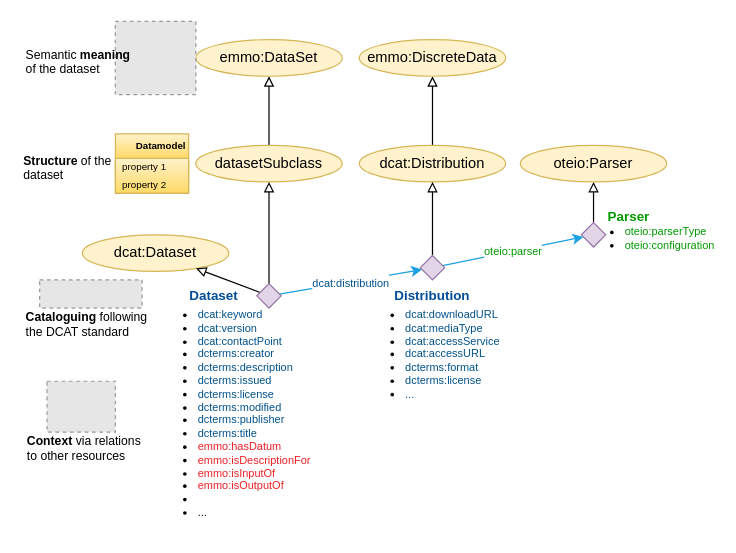
EMMC-ASBL/tripper keeps this draw.io diagram as page "Provider" (2 of 13) of docs/figs/dataset.drawio. Above is the earlier version. Source tidied: cells renumbered, new cells numbered last; positions are measured from the earlier drawing's top-left corner, leaving out a move shared by most shapes. Both pictures are drawn from the tidied source at 122%, with x=0, y=0 at pixel (21, 21). Pictures stored in the file or linked from it are replaced by grey dashed boxes.
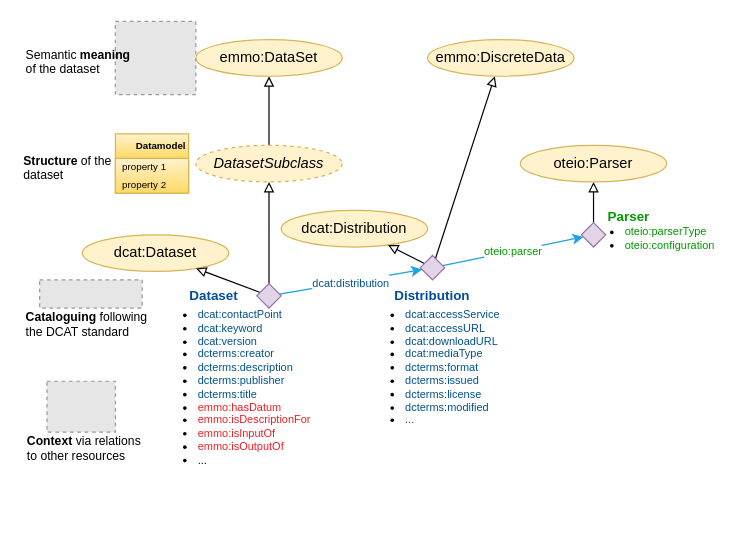
Above is the later version.

The change refers to these unchanged cells:
```xml
<mxCell id="18" style="rhombus;whiteSpace=wrap;html=1;fillColor=#e1d5e7;strokeColor=#9673a6;" parent="1" vertex="1">
  <mxGeometry x="327" y="191.9" width="20" height="20" as="geometry" />
</mxCell>
```

The edit, as a diff of the source:
```diff
@@
-    <mxCell id="2" value="&lt;ul&gt;&lt;li&gt;&lt;font color=&quot;#00528c&quot; style=&quot;font-size: 9px;&quot;&gt;dcat:downloadURL&lt;/font&gt;&lt;/li&gt;&lt;li&gt;&lt;font color=&quot;#00528c&quot; style=&quot;font-size: 9px;&quot;&gt;dcat:mediaType&lt;/font&gt;&lt;/li&gt;&lt;li&gt;&lt;font color=&quot;#00528c&quot; style=&quot;font-size: 9px;&quot;&gt;dcat:accessService&lt;/font&gt;&lt;/li&gt;&lt;li&gt;&lt;font color=&quot;#00528c&quot; style=&quot;font-size: 9px;&quot;&gt;dcat:accessURL&lt;/font&gt;&lt;/li&gt;&lt;li&gt;&lt;font color=&quot;#00528c&quot;&gt;&lt;span style=&quot;background-color: initial;&quot;&gt;dcterms:format&lt;/span&gt;&lt;br&gt;&lt;/font&gt;&lt;/li&gt;&lt;li&gt;&lt;font color=&quot;#00528c&quot;&gt;&lt;span style=&quot;background-color: initial;&quot;&gt;dcterms:license&lt;/span&gt;&lt;br&gt;&lt;/font&gt;&lt;/li&gt;&lt;li&gt;&lt;font color=&quot;#00528c&quot; style=&quot;font-size: 9px;&quot;&gt;...&lt;/font&gt;&lt;/li&gt;&lt;/ul&gt;" style="text;html=1;align=left;verticalAlign=top;whiteSpace=wrap;rounded=0;fontFamily=Helvetica;fontSize=9;fontColor=default;labelBackgroundColor=none;" parent="1" vertex="1">
-      <mxGeometry x="273" y="220" width="130" height="100" as="geometry" />
+    <mxCell id="2" value="&lt;ul&gt;&lt;li&gt;&lt;font color=&quot;#00528c&quot;&gt;dcat:accessService&lt;/font&gt;&lt;/li&gt;&lt;li&gt;&lt;font color=&quot;#00528c&quot;&gt;dcat:accessURL&lt;/font&gt;&lt;/li&gt;&lt;li&gt;&lt;font color=&quot;#00528c&quot; style=&quot;font-size: 9px;&quot;&gt;dcat:downloadURL&lt;/font&gt;&lt;/li&gt;&lt;li&gt;&lt;font color=&quot;#00528c&quot; style=&quot;font-size: 9px;&quot;&gt;dcat:mediaType&lt;/font&gt;&lt;/li&gt;&lt;li&gt;&lt;span style=&quot;background-color: initial; color: rgb(0, 82, 140);&quot;&gt;dcterms:format&lt;/span&gt;&lt;br&gt;&lt;/li&gt;&lt;li&gt;&lt;font color=&quot;#00528c&quot;&gt;dcterms:issued&lt;/font&gt;&lt;/li&gt;&lt;li&gt;&lt;font color=&quot;#00528c&quot;&gt;&lt;span style=&quot;background-color: initial;&quot;&gt;dcterms:license&lt;/span&gt;&lt;br&gt;&lt;/font&gt;&lt;/li&gt;&lt;li&gt;&lt;span style=&quot;background-color: initial; color: rgb(0, 82, 140);&quot;&gt;dcterms:modified&lt;/span&gt;&lt;br&gt;&lt;/li&gt;&lt;li&gt;&lt;span style=&quot;color: rgb(0, 82, 140); background-color: initial;&quot;&gt;...&lt;/span&gt;&lt;br&gt;&lt;/li&gt;&lt;/ul&gt;" style="text;html=1;align=left;verticalAlign=top;whiteSpace=wrap;rounded=0;fontFamily=Helvetica;fontSize=9;fontColor=default;labelBackgroundColor=none;" parent="1" vertex="1">
+      <mxGeometry x="273" y="220" width="130" height="115" as="geometry" />
     </mxCell>
@@
-    <mxCell id="4" value="&lt;ul&gt;&lt;li&gt;&lt;font color=&quot;#00528c&quot;&gt;&lt;span style=&quot;background-color: initial;&quot;&gt;dcat:keyword&lt;/span&gt;&lt;br&gt;&lt;/font&gt;&lt;/li&gt;&lt;li&gt;&lt;font color=&quot;#00528c&quot; style=&quot;font-size: 9px&quot;&gt;dcat:version&lt;/font&gt;&lt;/li&gt;&lt;li&gt;&lt;font color=&quot;#00528c&quot; style=&quot;font-size: 9px&quot;&gt;dcat:contactPoint&lt;/font&gt;&lt;/li&gt;&lt;li&gt;&lt;font color=&quot;#00528c&quot;&gt;&lt;span&gt;dcterms:creator&lt;/span&gt;&lt;br&gt;&lt;/font&gt;&lt;/li&gt;&lt;li&gt;&lt;font color=&quot;#00528c&quot; style=&quot;font-size: 9px&quot;&gt;dcterms:description&lt;/font&gt;&lt;/li&gt;&lt;li&gt;&lt;span&gt;&lt;font color=&quot;#00528c&quot;&gt;dcterms:issued&lt;/font&gt;&lt;/span&gt;&lt;/li&gt;&lt;li&gt;&lt;font color=&quot;#00528c&quot;&gt;&lt;span&gt;dcterms:license&lt;/span&gt;&lt;br&gt;&lt;/font&gt;&lt;/li&gt;&lt;li&gt;&lt;font color=&quot;#00528c&quot;&gt;dcterms:modified&lt;/font&gt;&lt;/li&gt;&lt;li&gt;&lt;font color=&quot;#00528c&quot;&gt;dcterms:publisher&lt;/font&gt;&lt;/li&gt;&lt;li&gt;&lt;font color=&quot;#00528c&quot;&gt;dcterms:title&lt;/font&gt;&lt;/li&gt;&lt;li&gt;&lt;font color=&quot;#ed1f24&quot;&gt;emmo:hasDatum&lt;/font&gt;&lt;/li&gt;&lt;li&gt;&lt;font color=&quot;#ed1f24&quot;&gt;emmo:isDescriptionFor&lt;/font&gt;&lt;/li&gt;&lt;li&gt;&lt;font color=&quot;#ed1f24&quot;&gt;emmo:isInputOf&lt;/font&gt;&lt;/li&gt;&lt;li&gt;&lt;font color=&quot;#ed1f24&quot;&gt;emmo:isOutputOf&lt;/font&gt;&lt;/li&gt;&lt;li&gt;&lt;br&gt;&lt;/li&gt;&lt;li&gt;&lt;font style=&quot;font-size: 9px&quot;&gt;...&lt;/font&gt;&lt;/li&gt;&lt;/ul&gt;&lt;div&gt;&lt;div&gt;&lt;/div&gt;&lt;/div&gt;" style="text;html=1;align=left;verticalAlign=top;whiteSpace=wrap;rounded=0;fontFamily=Helvetica;fontSize=9;fontColor=default;labelBackgroundColor=none;" parent="1" vertex="1">
-      <mxGeometry x="103" y="220" width="140" height="185" as="geometry" />
+    <mxCell id="4" value="&lt;ul&gt;&lt;li&gt;&lt;font color=&quot;#00528c&quot;&gt;dcat:contactPoint&lt;/font&gt;&lt;/li&gt;&lt;li&gt;&lt;font color=&quot;#00528c&quot;&gt;&lt;span style=&quot;background-color: initial;&quot;&gt;dcat:keyword&lt;/span&gt;&lt;br&gt;&lt;/font&gt;&lt;/li&gt;&lt;li&gt;&lt;font color=&quot;#00528c&quot; style=&quot;font-size: 9px&quot;&gt;dcat:version&lt;/font&gt;&lt;/li&gt;&lt;li&gt;&lt;span style=&quot;color: rgb(0, 82, 140); background-color: initial;&quot;&gt;dcterms:creator&lt;/span&gt;&lt;br&gt;&lt;/li&gt;&lt;li&gt;&lt;font color=&quot;#00528c&quot; style=&quot;font-size: 9px&quot;&gt;dcterms:description&lt;/font&gt;&lt;/li&gt;&lt;li&gt;&lt;span style=&quot;color: rgb(0, 82, 140); background-color: initial;&quot;&gt;dcterms:publisher&lt;/span&gt;&lt;br&gt;&lt;/li&gt;&lt;li&gt;&lt;font color=&quot;#00528c&quot;&gt;dcterms:title&lt;/font&gt;&lt;/li&gt;&lt;li&gt;&lt;font color=&quot;#ed1f24&quot;&gt;emmo:hasDatum&lt;/font&gt;&lt;/li&gt;&lt;li&gt;&lt;font color=&quot;#ed1f24&quot;&gt;emmo:isDescriptionFor&lt;/font&gt;&lt;/li&gt;&lt;li&gt;&lt;font color=&quot;#ed1f24&quot;&gt;emmo:isInputOf&lt;/font&gt;&lt;/li&gt;&lt;li&gt;&lt;font color=&quot;#ed1f24&quot;&gt;emmo:isOutputOf&lt;/font&gt;&lt;/li&gt;&lt;li&gt;&lt;font style=&quot;font-size: 9px&quot;&gt;...&lt;/font&gt;&lt;/li&gt;&lt;/ul&gt;&lt;div&gt;&lt;div&gt;&lt;/div&gt;&lt;/div&gt;" style="text;html=1;align=left;verticalAlign=top;whiteSpace=wrap;rounded=0;fontFamily=Helvetica;fontSize=9;fontColor=default;labelBackgroundColor=none;" parent="1" vertex="1">
+      <mxGeometry x="103" y="220" width="140" height="155" as="geometry" />
     </mxCell>
@@
-    <mxCell id="6" value="datasetSubclass" style="ellipse;whiteSpace=wrap;html=1;fillColor=#fff2cc;strokeColor=#d6b656;" parent="1" vertex="1">
+    <mxCell id="6" value="&lt;i&gt;DatasetSubclass&lt;/i&gt;" style="ellipse;whiteSpace=wrap;html=1;fillColor=#fff2cc;strokeColor=#d6b656;dashed=1;" parent="1" vertex="1">
       <mxGeometry x="143" y="101.6" width="120" height="30" as="geometry" />
     </mxCell>
@@
-    <mxCell id="8" style="edgeStyle=none;shape=connector;rounded=0;jettySize=auto;html=1;strokeColor=default;align=center;verticalAlign=middle;fontFamily=Helvetica;fontSize=11;fontColor=default;labelBackgroundColor=default;endArrow=block;endFill=0;" parent="1" edge="1" source="9" target="36">
+    <mxCell id="8" style="edgeStyle=none;shape=connector;rounded=0;jettySize=auto;html=1;strokeColor=default;align=center;verticalAlign=middle;fontFamily=Helvetica;fontSize=11;fontColor=default;labelBackgroundColor=default;endArrow=block;endFill=0;" parent="1" edge="1" source="18" target="36">
       <mxGeometry relative="1" as="geometry" />
     </mxCell>
     <mxCell id="9" value="dcat:Distribution" style="ellipse;whiteSpace=wrap;html=1;fillColor=#fff2cc;strokeColor=#d6b656;" parent="1" vertex="1">
-      <mxGeometry x="277" y="101.6" width="120" height="30" as="geometry" />
+      <mxGeometry x="213" y="155" width="120" height="30" as="geometry" />
     </mxCell>
@@
     <mxCell id="36" value="emmo:DiscreteData" style="ellipse;whiteSpace=wrap;html=1;fillColor=#fff2cc;strokeColor=#d6b656;" parent="1" vertex="1">
-      <mxGeometry x="277" y="15" width="120" height="30" as="geometry" />
+      <mxGeometry x="333" y="15" width="120" height="30" as="geometry" />
     </mxCell>
```
